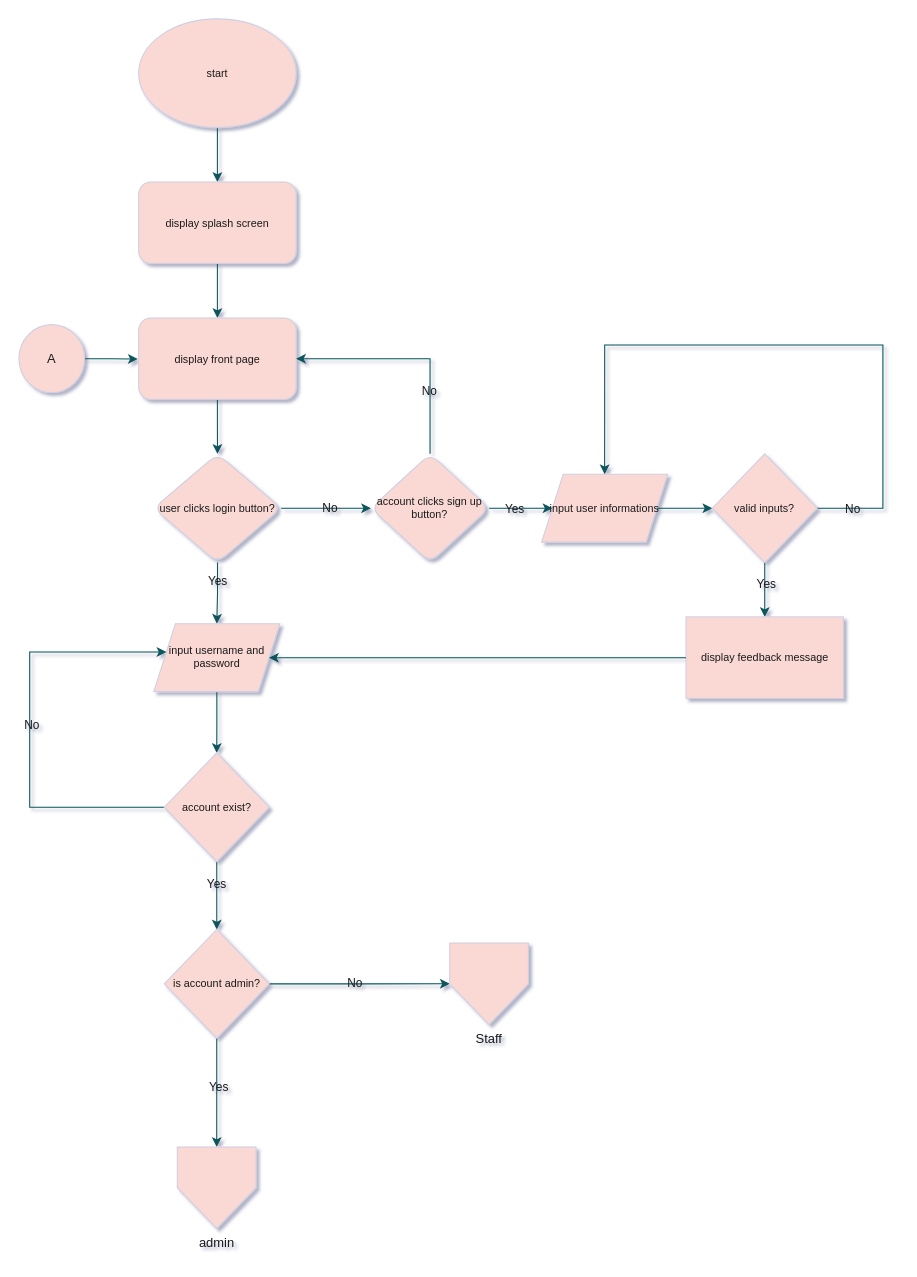
Above: page "start page" (1 of 4) of Files/login_flowchart.drawio in archieamas11/queenz_inventory_system (draw.io), before the change. Source tidied: cells renumbered, new cells numbered last; positions are measured from the earlier drawing's top-left corner, leaving out a move shared by most shapes. Both pictures are drawn from the tidied source at 108%, with x=0, y=0 at pixel (18, 18).
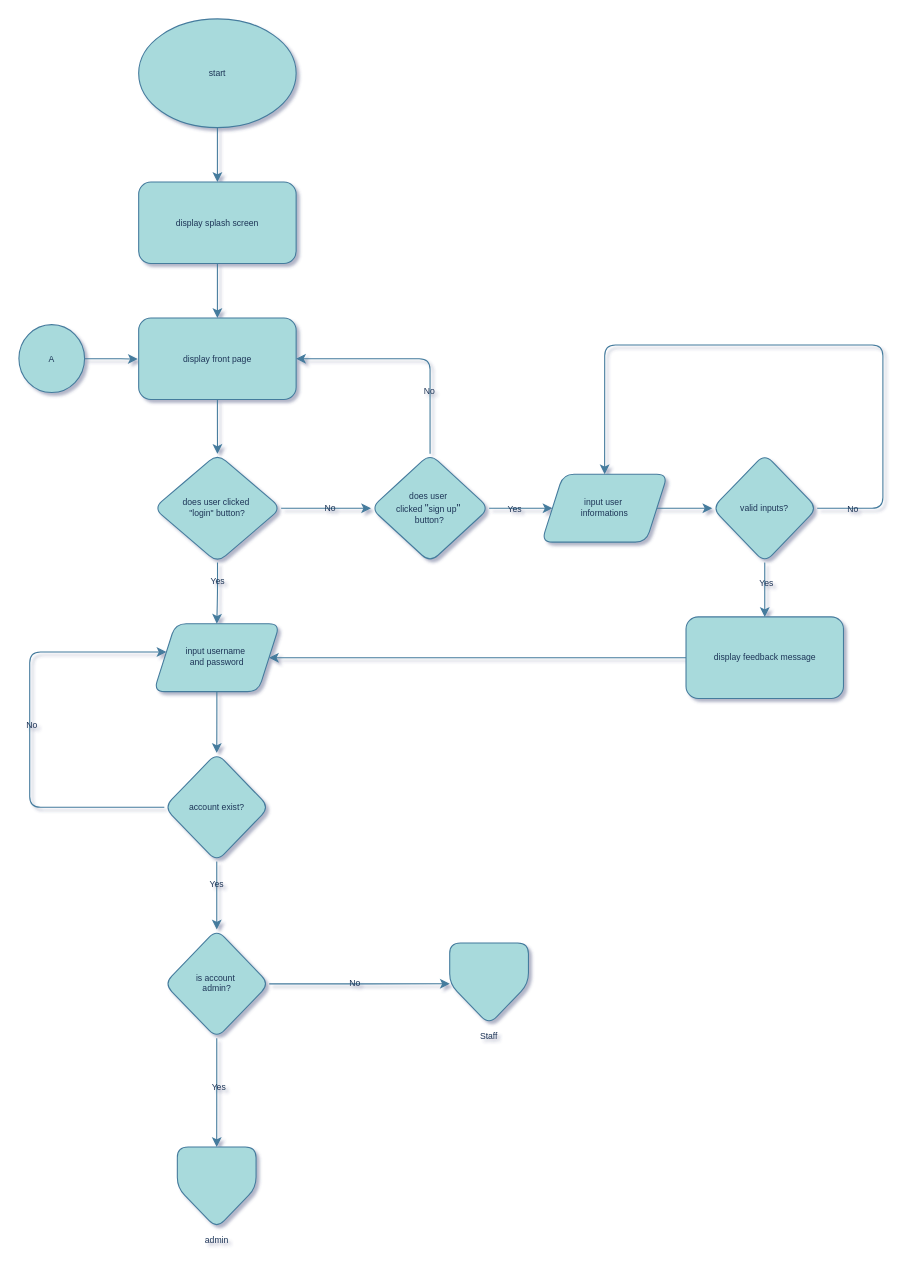
After the change.

The edit, as a diff of the source:
```diff
@@
-    <mxCell id="2" style="edgeStyle=orthogonalEdgeStyle;rounded=1;jettySize=auto;html=1;labelBackgroundColor=none;fontColor=default;fontStyle=0;strokeColor=#09555B;" parent="1" edge="1" source="3" target="5">
+    <mxCell id="2" style="edgeStyle=orthogonalEdgeStyle;rounded=1;jettySize=auto;html=1;labelBackgroundColor=none;fontColor=default;fontStyle=0;fontSize=8;strokeColor=#457B9D;" parent="1" edge="1" source="3" target="5">
       <mxGeometry relative="1" as="geometry" />
     </mxCell>
-    <mxCell id="3" value="&lt;font style=&quot;font-size: 10px;&quot;&gt;start&lt;/font&gt;" style="ellipse;whiteSpace=wrap;html=1;labelBackgroundColor=none;rounded=1;fontStyle=0;strokeColor=#D0CEE2;fillColor=#FAD9D5;fontColor=#1A1A1A;" parent="1" vertex="1">
+    <mxCell id="3" value="&lt;font style=&quot;font-size: 8px;&quot;&gt;start&lt;/font&gt;" style="ellipse;whiteSpace=wrap;html=1;labelBackgroundColor=none;rounded=1;fontStyle=0;fontSize=8;fillColor=#A8DADC;strokeColor=#457B9D;fontColor=#1D3557;" parent="1" vertex="1">
       <mxGeometry x="110.9" width="145.8" height="100.7" as="geometry" />
     </mxCell>
-    <mxCell id="4" style="edgeStyle=orthogonalEdgeStyle;rounded=1;jettySize=auto;html=1;labelBackgroundColor=none;fontColor=default;fontStyle=0;strokeColor=#09555B;" parent="1" edge="1" source="5" target="7">
+    <mxCell id="4" style="edgeStyle=orthogonalEdgeStyle;rounded=1;jettySize=auto;html=1;labelBackgroundColor=none;fontColor=default;fontStyle=0;fontSize=8;strokeColor=#457B9D;" parent="1" edge="1" source="5" target="7">
       <mxGeometry relative="1" as="geometry" />
     </mxCell>
-    <mxCell id="5" value="display splash screen" style="rounded=1;whiteSpace=wrap;html=1;labelBackgroundColor=none;fontSize=10;fontStyle=0;strokeColor=#D0CEE2;fillColor=#FAD9D5;fontColor=#1A1A1A;" parent="1" vertex="1">
+    <mxCell id="5" value="display splash screen" style="rounded=1;whiteSpace=wrap;html=1;labelBackgroundColor=none;fontSize=8;fontStyle=0;fillColor=#A8DADC;strokeColor=#457B9D;fontColor=#1D3557;" parent="1" vertex="1">
       <mxGeometry x="110.9" y="151" width="145.8" height="75.5" as="geometry" />
     </mxCell>
-    <mxCell id="6" style="edgeStyle=orthogonalEdgeStyle;rounded=0;hachureGap=4;jettySize=auto;html=1;fontFamily=Architects Daughter;fontStyle=0;strokeColor=#09555B;labelBackgroundColor=none;fontColor=default;" parent="1" edge="1" source="7" target="12">
+    <mxCell id="6" style="edgeStyle=orthogonalEdgeStyle;rounded=1;hachureGap=4;jettySize=auto;html=1;fontFamily=Architects Daughter;fontStyle=0;labelBackgroundColor=none;fontColor=default;fontSize=8;strokeColor=#457B9D;" parent="1" edge="1" source="7" target="12">
       <mxGeometry relative="1" as="geometry" />
     </mxCell>
-    <mxCell id="7" value="display front page" style="rounded=1;whiteSpace=wrap;html=1;labelBackgroundColor=none;fontSize=10;fontStyle=0;strokeColor=#D0CEE2;fillColor=#FAD9D5;fontColor=#1A1A1A;" parent="1" vertex="1">
+    <mxCell id="7" value="display front page" style="rounded=1;whiteSpace=wrap;html=1;labelBackgroundColor=none;fontSize=8;fontStyle=0;fillColor=#A8DADC;strokeColor=#457B9D;fontColor=#1D3557;" parent="1" vertex="1">
       <mxGeometry x="110.9" y="276.9" width="145.8" height="75.5" as="geometry" />
     </mxCell>
-    <mxCell id="8" style="edgeStyle=orthogonalEdgeStyle;rounded=0;hachureGap=4;jettySize=auto;html=1;entryX=0.5;entryY=0;entryDx=0;entryDy=0;fontFamily=Architects Daughter;labelBackgroundColor=none;strokeColor=#09555B;fontColor=default;" parent="1" edge="1" source="12" target="14">
+    <mxCell id="8" style="edgeStyle=orthogonalEdgeStyle;rounded=1;hachureGap=4;jettySize=auto;html=1;entryX=0.5;entryY=0;entryDx=0;entryDy=0;fontFamily=Architects Daughter;labelBackgroundColor=none;fontColor=default;fontSize=8;strokeColor=#457B9D;" parent="1" edge="1" source="12" target="14">
       <mxGeometry relative="1" as="geometry" />
     </mxCell>
-    <mxCell id="9" value="Yes" style="edgeLabel;html=1;align=center;verticalAlign=middle;labelBackgroundColor=none;fontColor=#1A1A1A;" parent="8" vertex="1">
+    <mxCell id="9" value="Yes" style="edgeLabel;html=1;align=center;verticalAlign=middle;labelBackgroundColor=none;fontSize=8;rounded=1;fontColor=#1D3557;" parent="8" vertex="1">
       <mxGeometry x="-0.41" relative="1" as="geometry" />
     </mxCell>
-    <mxCell id="10" style="edgeStyle=orthogonalEdgeStyle;rounded=0;jettySize=auto;html=1;labelBackgroundColor=none;strokeColor=#09555B;fontColor=default;" parent="1" edge="1" source="12" target="31">
+    <mxCell id="10" style="edgeStyle=orthogonalEdgeStyle;rounded=1;jettySize=auto;html=1;labelBackgroundColor=none;fontColor=default;fontSize=8;strokeColor=#457B9D;" parent="1" edge="1" source="12" target="31">
       <mxGeometry relative="1" as="geometry" />
     </mxCell>
-    <mxCell id="11" value="No" style="edgeLabel;html=1;align=center;verticalAlign=middle;labelBackgroundColor=none;fontColor=#1A1A1A;" parent="10" vertex="1">
+    <mxCell id="11" value="No" style="edgeLabel;html=1;align=center;verticalAlign=middle;labelBackgroundColor=none;fontSize=8;rounded=1;fontColor=#1D3557;" parent="10" vertex="1">
       <mxGeometry x="0.07" y="1" relative="1" as="geometry" />
     </mxCell>
-    <mxCell id="12" value="user clicks login button?" style="rhombus;whiteSpace=wrap;html=1;rounded=1;labelBackgroundColor=none;fontSize=10;fontStyle=0;labelBorderColor=none;strokeColor=#D0CEE2;fillColor=#FAD9D5;fontColor=#1A1A1A;" parent="1" vertex="1">
+    <mxCell id="12" value="does user clicked&amp;nbsp;&lt;div&gt;&quot;login&quot;&amp;nbsp;button?&lt;/div&gt;" style="rhombus;whiteSpace=wrap;html=1;rounded=1;labelBackgroundColor=none;fontSize=8;fontStyle=0;labelBorderColor=none;fillColor=#A8DADC;strokeColor=#457B9D;fontColor=#1D3557;" parent="1" vertex="1">
       <mxGeometry x="124.9" y="402.7" width="117.9" height="100.7" as="geometry" />
     </mxCell>
-    <mxCell id="13" style="edgeStyle=orthogonalEdgeStyle;rounded=0;jettySize=auto;html=1;labelBackgroundColor=none;strokeColor=#09555B;fontColor=default;" parent="1" edge="1" source="14" target="19">
+    <mxCell id="13" style="edgeStyle=orthogonalEdgeStyle;rounded=1;jettySize=auto;html=1;labelBackgroundColor=none;fontColor=default;fontSize=8;strokeColor=#457B9D;" parent="1" edge="1" source="14" target="19">
       <mxGeometry relative="1" as="geometry" />
     </mxCell>
-    <mxCell id="14" value="input username and password" style="shape=parallelogram;perimeter=parallelogramPerimeter;whiteSpace=wrap;html=1;fixedSize=1;hachureGap=4;fontFamily=Helvetica;fontSize=10;labelBackgroundColor=none;fillColor=#FAD9D5;strokeColor=#D0CEE2;fontColor=#1A1A1A;" parent="1" vertex="1">
+    <mxCell id="14" value="input username&amp;nbsp;&lt;div&gt;and password&lt;/div&gt;" style="shape=parallelogram;perimeter=parallelogramPerimeter;whiteSpace=wrap;html=1;fixedSize=1;hachureGap=4;fontFamily=Helvetica;fontSize=8;labelBackgroundColor=none;rounded=1;fillColor=#A8DADC;strokeColor=#457B9D;fontColor=#1D3557;" parent="1" vertex="1">
       <mxGeometry x="124.9" y="560" width="116.7" height="62.9" as="geometry" />
     </mxCell>
-    <mxCell id="15" style="edgeStyle=orthogonalEdgeStyle;rounded=0;jettySize=auto;html=1;labelBackgroundColor=none;strokeColor=#09555B;fontColor=default;" parent="1" edge="1" source="19" target="24">
+    <mxCell id="15" style="edgeStyle=orthogonalEdgeStyle;rounded=1;jettySize=auto;html=1;labelBackgroundColor=none;fontColor=default;fontSize=8;strokeColor=#457B9D;" parent="1" edge="1" source="19" target="24">
       <mxGeometry relative="1" as="geometry" />
     </mxCell>
-    <mxCell id="16" value="Yes" style="edgeLabel;html=1;align=center;verticalAlign=middle;labelBackgroundColor=none;fontColor=#1A1A1A;" parent="15" vertex="1">
+    <mxCell id="16" value="Yes" style="edgeLabel;html=1;align=center;verticalAlign=middle;labelBackgroundColor=none;fontSize=8;rounded=1;fontColor=#1D3557;" parent="15" vertex="1">
       <mxGeometry x="-0.37" y="-1" relative="1" as="geometry" />
     </mxCell>
-    <mxCell id="17" style="edgeStyle=orthogonalEdgeStyle;rounded=0;jettySize=auto;html=1;entryX=0.1;entryY=0.416;entryDx=0;entryDy=0;entryPerimeter=0;labelBackgroundColor=none;strokeColor=#09555B;fontColor=default;" parent="1" edge="1" source="19" target="14">
+    <mxCell id="17" style="edgeStyle=orthogonalEdgeStyle;rounded=1;jettySize=auto;html=1;entryX=0.1;entryY=0.416;entryDx=0;entryDy=0;entryPerimeter=0;labelBackgroundColor=none;fontColor=default;fontSize=8;strokeColor=#457B9D;" parent="1" edge="1" source="19" target="14">
       <mxGeometry relative="1" as="geometry">
         <Array as="points">
           <mxPoint x="10" y="729.9" />
           <mxPoint x="10" y="586.4" />
         </Array>
       </mxGeometry>
     </mxCell>
-    <mxCell id="18" value="No" style="edgeLabel;html=1;align=center;verticalAlign=middle;labelBackgroundColor=none;fontColor=#1A1A1A;" parent="17" vertex="1">
+    <mxCell id="18" value="No" style="edgeLabel;html=1;align=center;verticalAlign=middle;labelBackgroundColor=none;fontSize=8;rounded=1;fontColor=#1D3557;" parent="17" vertex="1">
       <mxGeometry x="0.02" y="-1" relative="1" as="geometry" />
     </mxCell>
-    <mxCell id="19" value="account exist?" style="rhombus;whiteSpace=wrap;html=1;fontSize=10;hachureGap=4;labelBackgroundColor=none;fillColor=#FAD9D5;strokeColor=#D0CEE2;fontColor=#1A1A1A;" parent="1" vertex="1">
+    <mxCell id="19" value="account exist?" style="rhombus;whiteSpace=wrap;html=1;fontSize=8;hachureGap=4;labelBackgroundColor=none;rounded=1;fillColor=#A8DADC;strokeColor=#457B9D;fontColor=#1D3557;" parent="1" vertex="1">
       <mxGeometry x="134.6" y="679.6" width="97.2" height="100.7" as="geometry" />
     </mxCell>
-    <mxCell id="20" style="edgeStyle=orthogonalEdgeStyle;rounded=0;jettySize=auto;html=1;entryX=0.5;entryY=0;entryDx=0;entryDy=0;labelBackgroundColor=none;strokeColor=#09555B;fontColor=default;" parent="1" edge="1" source="24" target="25">
+    <mxCell id="20" style="edgeStyle=orthogonalEdgeStyle;rounded=1;jettySize=auto;html=1;entryX=0.5;entryY=0;entryDx=0;entryDy=0;labelBackgroundColor=none;fontColor=default;fontSize=8;strokeColor=#457B9D;" parent="1" edge="1" source="24" target="25">
       <mxGeometry relative="1" as="geometry" />
     </mxCell>
-    <mxCell id="21" value="Yes" style="edgeLabel;html=1;align=center;verticalAlign=middle;labelBackgroundColor=none;fontColor=#1A1A1A;" parent="20" vertex="1">
+    <mxCell id="21" value="Yes" style="edgeLabel;html=1;align=center;verticalAlign=middle;labelBackgroundColor=none;fontSize=8;rounded=1;fontColor=#1D3557;" parent="20" vertex="1">
       <mxGeometry x="-0.1" y="1" relative="1" as="geometry" />
     </mxCell>
-    <mxCell id="22" style="edgeStyle=orthogonalEdgeStyle;rounded=0;jettySize=auto;html=1;entryX=0;entryY=0.5;entryDx=0;entryDy=0;labelBackgroundColor=none;strokeColor=#09555B;fontColor=default;" parent="1" edge="1" source="24" target="26">
+    <mxCell id="22" style="edgeStyle=orthogonalEdgeStyle;rounded=1;jettySize=auto;html=1;entryX=0;entryY=0.5;entryDx=0;entryDy=0;labelBackgroundColor=none;fontColor=default;fontSize=8;strokeColor=#457B9D;" parent="1" edge="1" source="24" target="26">
       <mxGeometry relative="1" as="geometry" />
     </mxCell>
-    <mxCell id="23" value="No" style="edgeLabel;html=1;align=center;verticalAlign=middle;labelBackgroundColor=none;fontColor=#1A1A1A;" parent="22" vertex="1">
+    <mxCell id="23" value="No" style="edgeLabel;html=1;align=center;verticalAlign=middle;labelBackgroundColor=none;fontSize=8;rounded=1;fontColor=#1D3557;" parent="22" vertex="1">
       <mxGeometry x="-0.06" y="1" relative="1" as="geometry" />
     </mxCell>
-    <mxCell id="24" value="is account admin?" style="rhombus;whiteSpace=wrap;html=1;fontSize=10;hachureGap=4;labelBackgroundColor=none;fillColor=#FAD9D5;strokeColor=#D0CEE2;fontColor=#1A1A1A;" parent="1" vertex="1">
+    <mxCell id="24" value="is account&amp;nbsp;&lt;div&gt;admin?&lt;/div&gt;" style="rhombus;whiteSpace=wrap;html=1;fontSize=8;hachureGap=4;labelBackgroundColor=none;rounded=1;fillColor=#A8DADC;strokeColor=#457B9D;fontColor=#1D3557;" parent="1" vertex="1">
       <mxGeometry x="134.6" y="843.1" width="97.2" height="100.7" as="geometry" />
     </mxCell>
-    <mxCell id="25" value="admin" style="verticalLabelPosition=bottom;verticalAlign=top;html=1;shape=offPageConnector;rounded=0;size=0.5;labelBackgroundColor=none;fillColor=#FAD9D5;strokeColor=#D0CEE2;fontColor=#1A1A1A;" parent="1" vertex="1">
+    <mxCell id="25" value="admin" style="verticalLabelPosition=bottom;verticalAlign=top;html=1;shape=offPageConnector;rounded=1;size=0.5;labelBackgroundColor=none;fontSize=8;fillColor=#A8DADC;strokeColor=#457B9D;fontColor=#1D3557;" parent="1" vertex="1">
       <mxGeometry x="146.7" y="1044.5" width="72.9" height="75.5" as="geometry" />
     </mxCell>
-    <mxCell id="26" value="Staff" style="verticalLabelPosition=bottom;verticalAlign=top;html=1;shape=offPageConnector;rounded=0;size=0.5;labelBackgroundColor=none;fillColor=#FAD9D5;strokeColor=#D0CEE2;fontColor=#1A1A1A;" parent="1" vertex="1">
+    <mxCell id="26" value="Staff" style="verticalLabelPosition=bottom;verticalAlign=top;html=1;shape=offPageConnector;rounded=1;size=0.5;labelBackgroundColor=none;fontSize=8;fillColor=#A8DADC;strokeColor=#457B9D;fontColor=#1D3557;" parent="1" vertex="1">
       <mxGeometry x="398.9" y="855.7" width="72.9" height="75.5" as="geometry" />
     </mxCell>
-    <mxCell id="27" style="edgeStyle=orthogonalEdgeStyle;rounded=0;jettySize=auto;html=1;labelBackgroundColor=none;strokeColor=#09555B;fontColor=default;" parent="1" edge="1" source="31" target="33">
+    <mxCell id="27" style="edgeStyle=orthogonalEdgeStyle;rounded=1;jettySize=auto;html=1;labelBackgroundColor=none;fontColor=default;fontSize=8;strokeColor=#457B9D;" parent="1" edge="1" source="31" target="33">
       <mxGeometry relative="1" as="geometry" />
     </mxCell>
-    <mxCell id="28" value="Yes" style="edgeLabel;html=1;align=center;verticalAlign=middle;labelBackgroundColor=none;fontColor=#1A1A1A;" parent="27" vertex="1">
+    <mxCell id="28" value="Yes" style="edgeLabel;html=1;align=center;verticalAlign=middle;labelBackgroundColor=none;fontSize=8;rounded=1;fontColor=#1D3557;" parent="27" vertex="1">
       <mxGeometry x="-0.21" relative="1" as="geometry" />
     </mxCell>
-    <mxCell id="29" style="edgeStyle=orthogonalEdgeStyle;rounded=0;jettySize=auto;html=1;entryX=1;entryY=0.5;entryDx=0;entryDy=0;exitX=0.5;exitY=0;exitDx=0;exitDy=0;labelBackgroundColor=none;strokeColor=#09555B;fontColor=default;" parent="1" edge="1" source="31" target="7">
+    <mxCell id="29" style="edgeStyle=orthogonalEdgeStyle;rounded=1;jettySize=auto;html=1;entryX=1;entryY=0.5;entryDx=0;entryDy=0;exitX=0.5;exitY=0;exitDx=0;exitDy=0;labelBackgroundColor=none;fontColor=default;fontSize=8;strokeColor=#457B9D;" parent="1" edge="1" source="31" target="7">
       <mxGeometry relative="1" as="geometry">
         <Array as="points">
           <mxPoint x="380.7" y="314.6" />
         </Array>
       </mxGeometry>
     </mxCell>
-    <mxCell id="30" value="No" style="edgeLabel;html=1;align=center;verticalAlign=middle;labelBackgroundColor=none;fontColor=#1A1A1A;" parent="29" vertex="1">
+    <mxCell id="30" value="No" style="edgeLabel;html=1;align=center;verticalAlign=middle;labelBackgroundColor=none;fontSize=8;rounded=1;fontColor=#1D3557;" parent="29" vertex="1">
       <mxGeometry x="-0.04" y="-2" relative="1" as="geometry">
         <mxPoint x="13" y="32" as="offset" />
       </mxGeometry>
     </mxCell>
-    <mxCell id="31" value="account clicks sign up button?" style="rhombus;whiteSpace=wrap;html=1;fontSize=10;rounded=1;labelBackgroundColor=none;fontStyle=0;labelBorderColor=none;fillColor=#FAD9D5;strokeColor=#D0CEE2;fontColor=#1A1A1A;" parent="1" vertex="1">
+    <mxCell id="31" value="does user&amp;nbsp;&lt;div&gt;clicked&amp;nbsp;&lt;span style=&quot;font-size: 10px;&quot;&gt;&quot;&lt;/span&gt;sign up&lt;span style=&quot;font-size: 10px;&quot;&gt;&quot;&lt;/span&gt;&amp;nbsp;&lt;/div&gt;&lt;div&gt;button?&lt;/div&gt;" style="rhombus;whiteSpace=wrap;html=1;fontSize=8;rounded=1;labelBackgroundColor=none;fontStyle=0;labelBorderColor=none;fillColor=#A8DADC;strokeColor=#457B9D;fontColor=#1D3557;" parent="1" vertex="1">
       <mxGeometry x="326" y="402.7" width="109.4" height="100.7" as="geometry" />
     </mxCell>
-    <mxCell id="32" style="edgeStyle=orthogonalEdgeStyle;rounded=0;jettySize=auto;html=1;labelBackgroundColor=none;strokeColor=#09555B;fontColor=default;" parent="1" edge="1" source="33" target="40">
+    <mxCell id="32" style="edgeStyle=orthogonalEdgeStyle;rounded=1;jettySize=auto;html=1;labelBackgroundColor=none;fontColor=default;fontSize=8;strokeColor=#457B9D;" parent="1" edge="1" source="33" target="40">
       <mxGeometry relative="1" as="geometry" />
     </mxCell>
-    <mxCell id="33" value="input user informations" style="shape=parallelogram;perimeter=parallelogramPerimeter;whiteSpace=wrap;html=1;fixedSize=1;hachureGap=4;fontFamily=Helvetica;fontSize=10;labelBackgroundColor=none;fillColor=#FAD9D5;strokeColor=#D0CEE2;fontColor=#1A1A1A;" parent="1" vertex="1">
+    <mxCell id="33" value="input user&amp;nbsp;&lt;div&gt;informations&lt;/div&gt;" style="shape=parallelogram;perimeter=parallelogramPerimeter;whiteSpace=wrap;html=1;fixedSize=1;hachureGap=4;fontFamily=Helvetica;fontSize=8;labelBackgroundColor=none;rounded=1;fillColor=#A8DADC;strokeColor=#457B9D;fontColor=#1D3557;" parent="1" vertex="1">
       <mxGeometry x="484" y="421.6" width="116.7" height="62.9" as="geometry" />
     </mxCell>
-    <mxCell id="34" style="edgeStyle=orthogonalEdgeStyle;rounded=0;jettySize=auto;html=1;strokeColor=#09555B;fontColor=#1A1A1A;" parent="1" edge="1" source="35">
+    <mxCell id="34" style="edgeStyle=orthogonalEdgeStyle;rounded=1;jettySize=auto;html=1;fontColor=default;fontSize=8;labelBackgroundColor=none;strokeColor=#457B9D;" parent="1" edge="1" source="35">
       <mxGeometry relative="1" as="geometry">
         <mxPoint x="110" y="315" as="targetPoint" />
       </mxGeometry>
     </mxCell>
-    <mxCell id="35" value="A" style="ellipse;whiteSpace=wrap;html=1;labelBackgroundColor=none;rounded=1;fontStyle=0;fillColor=#FAD9D5;strokeColor=#D0CEE2;fontColor=#1A1A1A;rotation=0;" parent="1" vertex="1">
+    <mxCell id="35" value="A" style="ellipse;whiteSpace=wrap;html=1;labelBackgroundColor=none;rounded=1;fontStyle=0;rotation=0;fontSize=8;fillColor=#A8DADC;strokeColor=#457B9D;fontColor=#1D3557;" parent="1" vertex="1">
       <mxGeometry y="283.1" width="60.8" height="62.9" as="geometry" />
     </mxCell>
-    <mxCell id="36" style="edgeStyle=orthogonalEdgeStyle;rounded=0;jettySize=auto;html=1;labelBackgroundColor=none;strokeColor=#09555B;fontColor=default;" parent="1" edge="1" source="40" target="41">
+    <mxCell id="36" style="edgeStyle=orthogonalEdgeStyle;rounded=1;jettySize=auto;html=1;labelBackgroundColor=none;fontColor=default;fontSize=8;strokeColor=#457B9D;" parent="1" edge="1" source="40" target="41">
       <mxGeometry relative="1" as="geometry" />
     </mxCell>
-    <mxCell id="37" value="Yes" style="edgeLabel;html=1;align=center;verticalAlign=middle;labelBackgroundColor=none;fontColor=#1A1A1A;" parent="36" vertex="1">
+    <mxCell id="37" value="Yes" style="edgeLabel;html=1;align=center;verticalAlign=middle;labelBackgroundColor=none;fontSize=8;rounded=1;fontColor=#1D3557;" parent="36" vertex="1">
       <mxGeometry x="-0.25" y="1" relative="1" as="geometry" />
     </mxCell>
-    <mxCell id="38" style="edgeStyle=orthogonalEdgeStyle;rounded=0;jettySize=auto;html=1;entryX=0.5;entryY=0;entryDx=0;entryDy=0;labelBackgroundColor=none;strokeColor=#09555B;fontColor=default;" parent="1" edge="1" source="40" target="33">
+    <mxCell id="38" style="edgeStyle=orthogonalEdgeStyle;rounded=1;jettySize=auto;html=1;entryX=0.5;entryY=0;entryDx=0;entryDy=0;labelBackgroundColor=none;fontColor=default;fontSize=8;strokeColor=#457B9D;" parent="1" edge="1" source="40" target="33">
       <mxGeometry relative="1" as="geometry">
         <Array as="points">
           <mxPoint x="800" y="453" />
           <mxPoint x="800" y="302" />
           <mxPoint x="542.3" y="302" />
         </Array>
       </mxGeometry>
     </mxCell>
-    <mxCell id="39" value="No" style="edgeLabel;html=1;align=center;verticalAlign=middle;labelBackgroundColor=none;fontColor=#1A1A1A;" parent="38" vertex="1">
+    <mxCell id="39" value="No" style="edgeLabel;html=1;align=center;verticalAlign=middle;labelBackgroundColor=none;fontSize=8;rounded=1;fontColor=#1D3557;" parent="38" vertex="1">
       <mxGeometry x="-0.89" relative="1" as="geometry" />
     </mxCell>
-    <mxCell id="40" value="valid inputs?" style="rhombus;whiteSpace=wrap;html=1;fontSize=10;hachureGap=4;labelBackgroundColor=none;fillColor=#FAD9D5;strokeColor=#D0CEE2;fontColor=#1A1A1A;" parent="1" vertex="1">
+    <mxCell id="40" value="valid inputs?" style="rhombus;whiteSpace=wrap;html=1;fontSize=8;hachureGap=4;labelBackgroundColor=none;rounded=1;fillColor=#A8DADC;strokeColor=#457B9D;fontColor=#1D3557;" parent="1" vertex="1">
       <mxGeometry x="642" y="402.7" width="97.2" height="100.7" as="geometry" />
     </mxCell>
-    <mxCell id="41" value="display feedback message" style="whiteSpace=wrap;html=1;fontSize=10;hachureGap=4;labelBackgroundColor=none;fillColor=#FAD9D5;strokeColor=#D0CEE2;fontColor=#1A1A1A;" parent="1" vertex="1">
+    <mxCell id="41" value="display feedback message" style="whiteSpace=wrap;html=1;fontSize=8;hachureGap=4;labelBackgroundColor=none;rounded=1;fillColor=#A8DADC;strokeColor=#457B9D;fontColor=#1D3557;" parent="1" vertex="1">
       <mxGeometry x="617.7" y="553.7" width="145.8" height="75.5" as="geometry" />
     </mxCell>
-    <mxCell id="42" style="edgeStyle=orthogonalEdgeStyle;rounded=0;jettySize=auto;html=1;entryX=1;entryY=0.5;entryDx=0;entryDy=0;labelBackgroundColor=none;strokeColor=#09555B;fontColor=default;" parent="1" edge="1" source="41" target="14">
+    <mxCell id="42" style="edgeStyle=orthogonalEdgeStyle;rounded=1;jettySize=auto;html=1;entryX=1;entryY=0.5;entryDx=0;entryDy=0;labelBackgroundColor=none;fontColor=default;fontSize=8;strokeColor=#457B9D;" parent="1" edge="1" source="41" target="14">
       <mxGeometry relative="1" as="geometry" />
     </mxCell>
```
